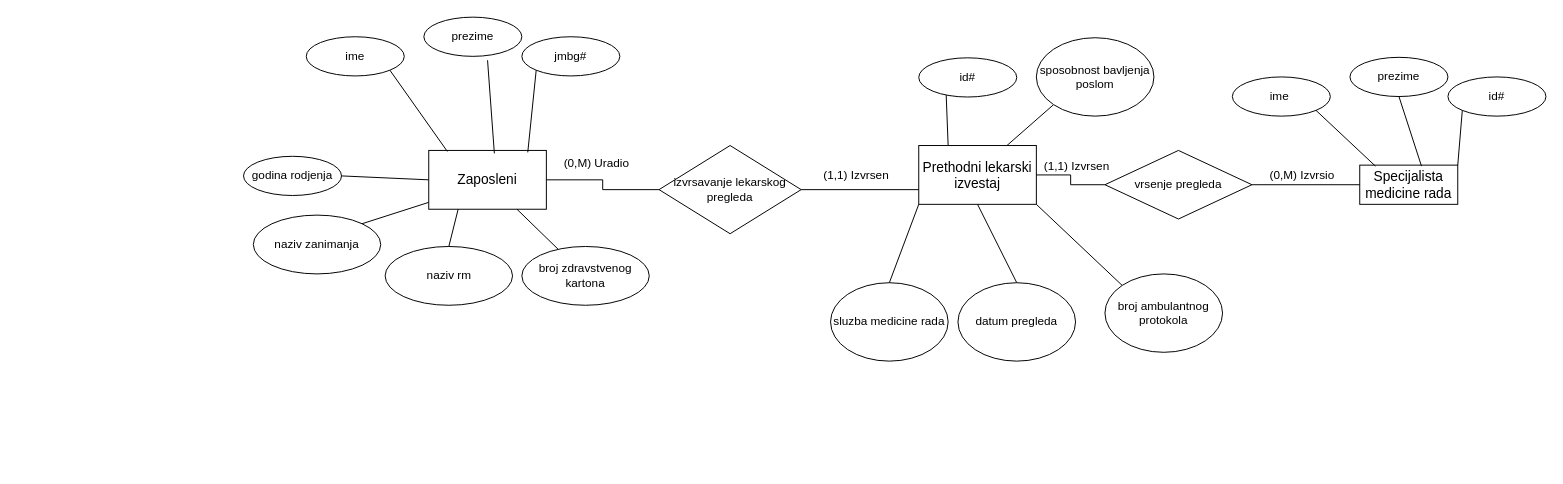
This is mov/lekarski izvestaj - mov .drawio from 159753x/baze3, a draw.io file, before an edit. Source tidied: cells renumbered, new cells numbered last; positions are measured from the earlier drawing's top-left corner, leaving out a move shared by most shapes. Both pictures are drawn from the tidied source at 98%, with x=0, y=0 at pixel (243, 17).
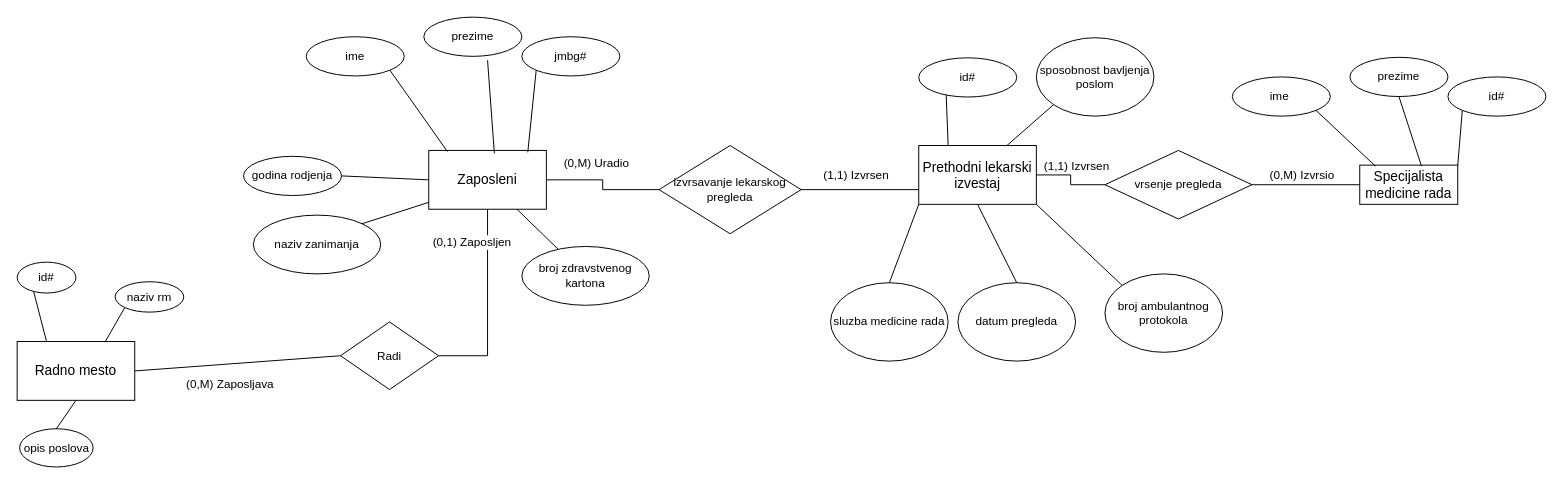
The same diagram, later.

Unchanged cells that the change refers to:
```xml
<mxCell id="18" value="Zaposleni" style="rounded=0;whiteSpace=wrap;html=1;fontSize=14;" parent="1" vertex="1">
  <mxGeometry x="189" y="136" width="120" height="60" as="geometry" />
</mxCell>
```

What changed in the source:
```diff
@@
-    <mxCell id="34" value="naziv rm" style="ellipse;whiteSpace=wrap;html=1;align=center;" parent="1" vertex="1">
-      <mxGeometry x="144.5" y="234" width="130" height="60" as="geometry" />
-    </mxCell>
-    <mxCell id="35" style="endArrow=none;html=1;rounded=0;entryX=0.25;entryY=1;entryDx=0;entryDy=0;exitX=0.5;exitY=0;exitDx=0;exitDy=0;" parent="1" edge="1" source="34" target="18">
-      <mxGeometry relative="1" as="geometry" />
-    </mxCell>
@@
+    <mxCell id="45" style="rounded=0;jettySize=auto;html=1;exitX=1;exitY=0.5;exitDx=0;exitDy=0;entryX=0;entryY=0.5;entryDx=0;entryDy=0;endArrow=none;endFill=0;" parent="1" edge="1" source="50" target="46">
+      <mxGeometry relative="1" as="geometry" />
+    </mxCell>
+    <mxCell id="46" value="Radi" style="rhombus;whiteSpace=wrap;html=1;" parent="1" vertex="1">
+      <mxGeometry x="99" y="311" width="100" height="69" as="geometry" />
+    </mxCell>
+    <mxCell id="47" style="edgeStyle=orthogonalEdgeStyle;rounded=0;jettySize=auto;html=1;exitX=1;exitY=0.5;exitDx=0;exitDy=0;entryX=0.5;entryY=1;entryDx=0;entryDy=0;endArrow=none;endFill=0;" parent="1" edge="1" source="46" target="18">
+      <mxGeometry relative="1" as="geometry" />
+    </mxCell>
+    <mxCell id="48" value="(0,M) Zaposljava" style="edgeLabel;html=1;align=center;verticalAlign=middle;fontSize=12;" parent="1" vertex="1">
+      <mxGeometry y="380" as="geometry">
+        <mxPoint x="-15" y="-6" as="offset" />
+      </mxGeometry>
+    </mxCell>
+    <mxCell id="49" value="(0,1) Zaposljen" style="edgeLabel;html=1;align=center;verticalAlign=middle;fontSize=12;" parent="1" vertex="1">
+      <mxGeometry x="249" y="232" as="geometry">
+        <mxPoint x="-17" y="-3" as="offset" />
+      </mxGeometry>
+    </mxCell>
+    <mxCell id="50" value="Radno mesto" style="rounded=0;whiteSpace=wrap;html=1;fontSize=14;" parent="1" vertex="1">
+      <mxGeometry x="-231" y="331" width="120" height="60" as="geometry" />
+    </mxCell>
+    <mxCell id="51" value="id#" style="ellipse;whiteSpace=wrap;html=1;align=center;" parent="1" vertex="1">
+      <mxGeometry x="-231" y="250" width="60" height="31.5" as="geometry" />
+    </mxCell>
+    <mxCell id="52" style="endArrow=none;html=1;rounded=0;entryX=0.25;entryY=0;entryDx=0;entryDy=0;exitX=0.28;exitY=0.95;exitDx=0;exitDy=0;exitPerimeter=0;" parent="1" edge="1" source="51" target="50">
+      <mxGeometry relative="1" as="geometry" />
+    </mxCell>
+    <mxCell id="53" value="opis poslova" style="ellipse;whiteSpace=wrap;html=1;" parent="1" vertex="1">
+      <mxGeometry x="-228.5" y="420" width="75" height="39" as="geometry" />
+    </mxCell>
+    <mxCell id="54" style="rounded=0;jettySize=auto;html=1;exitX=0.5;exitY=0;exitDx=0;exitDy=0;entryX=0.5;entryY=1;entryDx=0;entryDy=0;endArrow=none;endFill=0;" parent="1" edge="1" source="53" target="50">
+      <mxGeometry relative="1" as="geometry" />
+    </mxCell>
+    <mxCell id="55" style="rounded=0;jettySize=auto;html=1;exitX=0;exitY=1;exitDx=0;exitDy=0;entryX=0.75;entryY=0;entryDx=0;entryDy=0;endArrow=none;endFill=0;" parent="1" edge="1" source="34" target="50">
+      <mxGeometry relative="1" as="geometry" />
+    </mxCell>
+    <mxCell id="34" value="naziv rm" style="ellipse;whiteSpace=wrap;html=1;" parent="1" vertex="1">
+      <mxGeometry x="-131" y="270" width="70" height="31" as="geometry" />
+    </mxCell>
```
